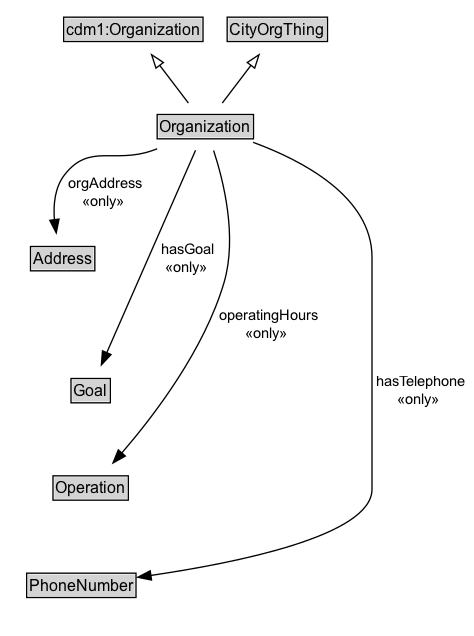
Above: docs/diagrams/Organization.dot.png in ISO-TC204/ontology-cdm-p2-v1 (Graphviz), before the change. Its source is kept beside it as docs/diagrams/Organization.dot.
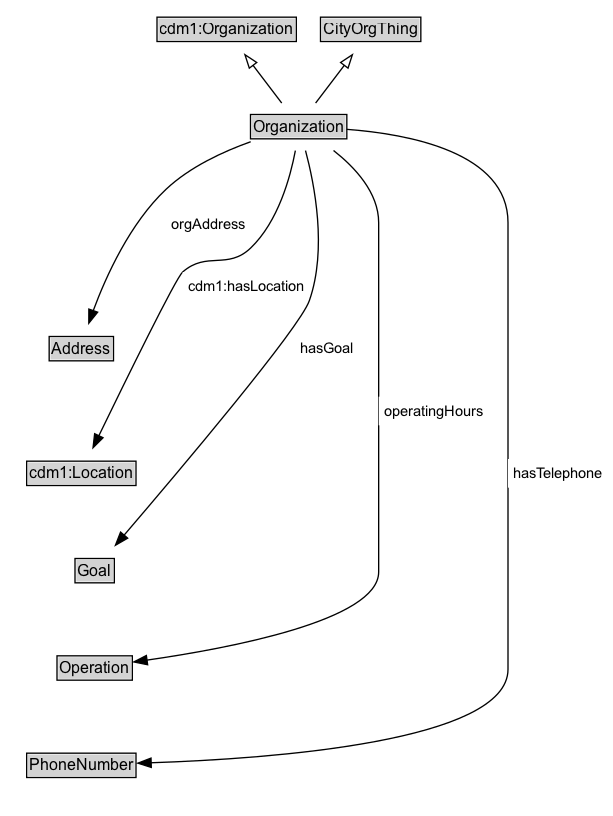
The same diagram one commit later.

Change to the diagram source:
```diff
@@ -3,32 +3,39 @@
 	node [fontname=Arial fontsize=12 margin=0 shape=none]
 	edge [fontname=Arial fontsize=11]
 	{
+		rank=source
+		cdm1_Organization [label=<<TABLE BORDER="1" CELLBORDER="0" CELLSPACING="0" CELLPADDING="1"><TR><TD BGCOLOR="lightgray" ALIGN="CENTER">cdm1:Organization</TD></TR></TABLE>> URL="https://w3id.org/citydata/part1/v1/Organization" margin=0]
+		CityOrgThing [label=<<TABLE BORDER="1" CELLBORDER="0" CELLSPACING="0" CELLPADDING="1"><TR><TD BGCOLOR="lightgray" ALIGN="CENTER">CityOrgThing</TD></TR></TABLE>> URL="../CityOrgThing" margin=0]
+	}
+	Organization [label=<<TABLE BORDER="1" CELLBORDER="0" CELLSPACING="0" CELLPADDING="1"><TR><TD BGCOLOR="lightgray" ALIGN="CENTER">Organization</TD></TR></TABLE>> URL="../Organization" margin=0]
+	{
 		rank=max
-		Organization [label=<<TABLE BORDER="1" CELLBORDER="0" CELLSPACING="0" CELLPADDING="1"><TR><TD BGCOLOR="lightgray" ALIGN="CENTER" PORT="e">Organization</TD></TR></TABLE>> URL="../Organization.md" margin=0]
 	}
 	subgraph cluster_associated {
 		label="" style=invis
 		Invis [label=<<TABLE BORDER="0" CELLBORDER="0" CELLSPACING="0" CELLPADDING="1"><TR><TD></TD></TR></TABLE>> margin=0 style=invis]
-		Address [label=<<TABLE BORDER="1" CELLBORDER="0" CELLSPACING="0" CELLPADDING="1"><TR><TD BGCOLOR="lightgray" ALIGN="CENTER">Address</TD></TR></TABLE>> URL="../Address.md" margin=0]
-		Goal [label=<<TABLE BORDER="1" CELLBORDER="0" CELLSPACING="0" CELLPADDING="1"><TR><TD BGCOLOR="lightgray" ALIGN="CENTER">Goal</TD></TR></TABLE>> URL="../Goal.md" margin=0]
-		Operation [label=<<TABLE BORDER="1" CELLBORDER="0" CELLSPACING="0" CELLPADDING="1"><TR><TD BGCOLOR="lightgray" ALIGN="CENTER">Operation</TD></TR></TABLE>> URL="../Operation.md" margin=0]
-		PhoneNumber [label=<<TABLE BORDER="1" CELLBORDER="0" CELLSPACING="0" CELLPADDING="1"><TR><TD BGCOLOR="lightgray" ALIGN="CENTER">PhoneNumber</TD></TR></TABLE>> URL="../PhoneNumber.md" margin=0]
+		Address [label=<<TABLE BORDER="1" CELLBORDER="0" CELLSPACING="0" CELLPADDING="1"><TR><TD BGCOLOR="lightgray" ALIGN="CENTER">Address</TD></TR></TABLE>> URL="../Address" margin=0]
+		cdm1_Location [label=<<TABLE BORDER="1" CELLBORDER="0" CELLSPACING="0" CELLPADDING="1"><TR><TD BGCOLOR="lightgray" ALIGN="CENTER">cdm1:Location</TD></TR></TABLE>> URL="https://w3id.org/citydata/part1/v1/Location" margin=0]
+		Goal [label=<<TABLE BORDER="1" CELLBORDER="0" CELLSPACING="0" CELLPADDING="1"><TR><TD BGCOLOR="lightgray" ALIGN="CENTER">Goal</TD></TR></TABLE>> URL="../Goal" margin=0]
+		Operation [label=<<TABLE BORDER="1" CELLBORDER="0" CELLSPACING="0" CELLPADDING="1"><TR><TD BGCOLOR="lightgray" ALIGN="CENTER">Operation</TD></TR></TABLE>> URL="../Operation" margin=0]
+		PhoneNumber [label=<<TABLE BORDER="1" CELLBORDER="0" CELLSPACING="0" CELLPADDING="1"><TR><TD BGCOLOR="lightgray" ALIGN="CENTER">PhoneNumber</TD></TR></TABLE>> URL="../PhoneNumber" margin=0]
 	}
-	cdm1_Organization [label=<<TABLE BORDER="1" CELLBORDER="0" CELLSPACING="0" CELLPADDING="1"><TR><TD BGCOLOR="lightgray" ALIGN="CENTER">cdm1:Organization</TD></TR></TABLE>> margin=0]
 	Organization -> cdm1_Organization [arrowhead=onormal style=solid]
-	CityOrgThing [label=<<TABLE BORDER="1" CELLBORDER="0" CELLSPACING="0" CELLPADDING="1"><TR><TD BGCOLOR="lightgray" ALIGN="CENTER">CityOrgThing</TD></TR></TABLE>> URL="../CityOrgThing.md" margin=0]
 	Organization -> CityOrgThing [arrowhead=onormal style=solid]
 	Organization -> Invis [style=invis]
 	Invis -> Address [style=invis]
-	Address -> Goal [style=invis]
+	Address -> cdm1_Location [style=invis]
+	cdm1_Location -> Goal [style=invis]
 	Goal -> Operation [style=invis]
 	Operation -> PhoneNumber [style=invis]
-	Organization -> PhoneNumber [label=" hasTelephone
- «only»  " arrowhead=normal style=solid]
-	Organization -> Goal [label=" hasGoal
- «only»  " arrowhead=normal style=solid]
-	Organization -> Operation [label=" operatingHours
- «only»  " arrowhead=normal style=solid]
-	Organization -> Address [label=" orgAddress
- «only»  " arrowhead=normal style=solid]
+	Operation [label=<<TABLE BORDER="1" CELLBORDER="0" CELLSPACING="0" CELLPADDING="1"><TR><TD BGCOLOR="lightgray" ALIGN="CENTER">Operation</TD></TR></TABLE>> URL="../Operation" margin=0]
+	Organization -> Operation [label=<<TABLE BORDER="0" CELLBORDER="0" CELLSPACING="0" CELLPADDING="4" BGCOLOR="white"><TR><TD ALIGN="CENTER">operatingHours</TD></TR></TABLE>> arrowhead=normal style=solid]
+	Goal [label=<<TABLE BORDER="1" CELLBORDER="0" CELLSPACING="0" CELLPADDING="1"><TR><TD BGCOLOR="lightgray" ALIGN="CENTER">Goal</TD></TR></TABLE>> URL="../Goal" margin=0]
+	Organization -> Goal [label=<<TABLE BORDER="0" CELLBORDER="0" CELLSPACING="0" CELLPADDING="4" BGCOLOR="white"><TR><TD ALIGN="CENTER">hasGoal</TD></TR></TABLE>> arrowhead=normal style=solid]
+	cdm1_Location [label=<<TABLE BORDER="1" CELLBORDER="0" CELLSPACING="0" CELLPADDING="1"><TR><TD BGCOLOR="lightgray" ALIGN="CENTER">cdm1:Location</TD></TR></TABLE>> URL="https://w3id.org/citydata/part1/v1/Location" margin=0]
+	Organization -> cdm1_Location [label=<<TABLE BORDER="0" CELLBORDER="0" CELLSPACING="0" CELLPADDING="4" BGCOLOR="white"><TR><TD ALIGN="CENTER">cdm1:hasLocation</TD></TR></TABLE>> arrowhead=normal style=solid]
+	PhoneNumber [label=<<TABLE BORDER="1" CELLBORDER="0" CELLSPACING="0" CELLPADDING="1"><TR><TD BGCOLOR="lightgray" ALIGN="CENTER">PhoneNumber</TD></TR></TABLE>> URL="../PhoneNumber" margin=0]
+	Organization -> PhoneNumber [label=<<TABLE BORDER="0" CELLBORDER="0" CELLSPACING="0" CELLPADDING="4" BGCOLOR="white"><TR><TD ALIGN="CENTER">hasTelephone</TD></TR></TABLE>> arrowhead=normal style=solid]
+	Address [label=<<TABLE BORDER="1" CELLBORDER="0" CELLSPACING="0" CELLPADDING="1"><TR><TD BGCOLOR="lightgray" ALIGN="CENTER">Address</TD></TR></TABLE>> URL="../Address" margin=0]
+	Organization -> Address [label=<<TABLE BORDER="0" CELLBORDER="0" CELLSPACING="0" CELLPADDING="4" BGCOLOR="white"><TR><TD ALIGN="CENTER">orgAddress</TD></TR></TABLE>> arrowhead=normal style=solid]
 }
```
